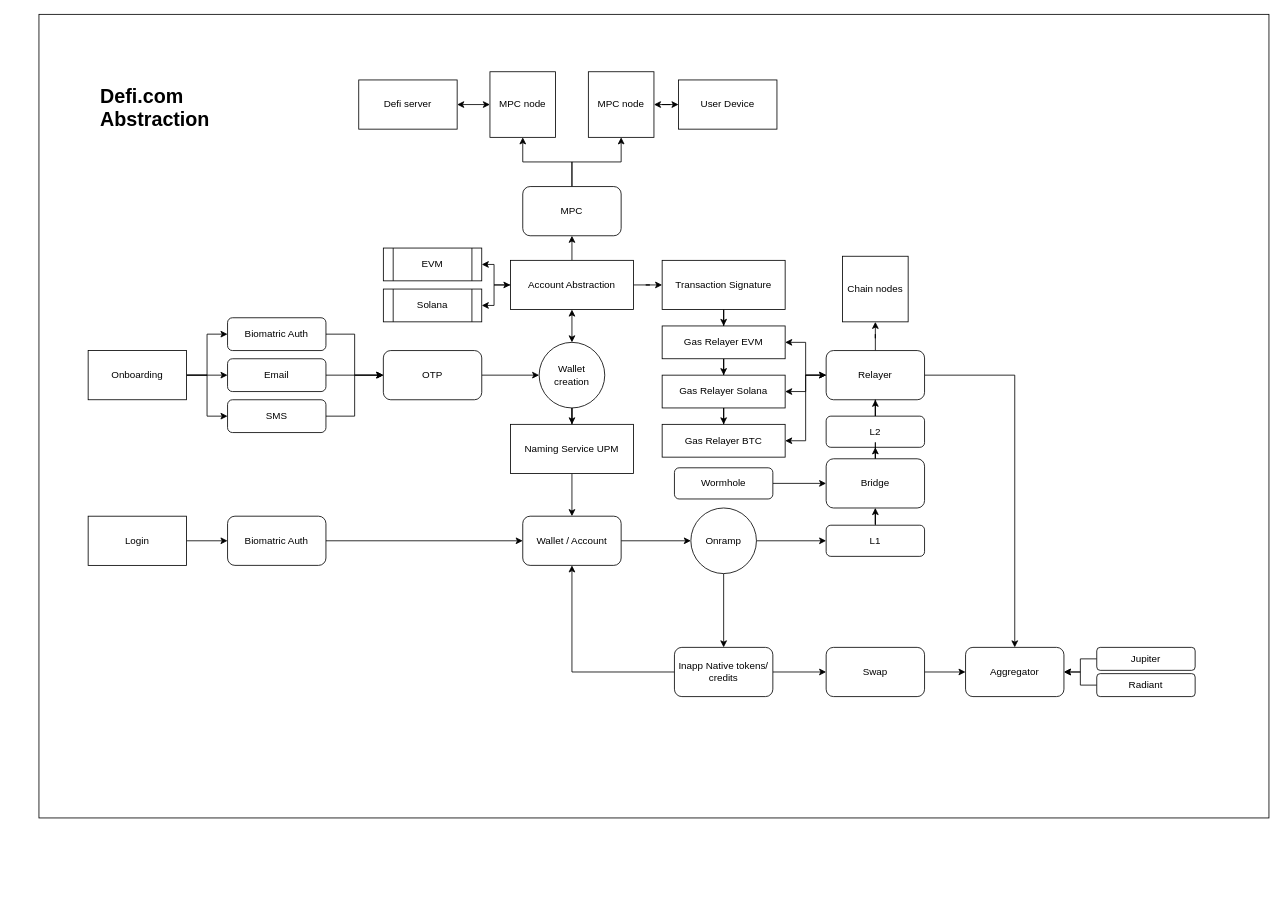
ali-05-ahmed/Concept-Diagrams keeps this draw.io diagram as PasswordlessWalletDefi.com.drawio. Above is the earlier version. Source tidied: cells renumbered, new cells numbered last; positions are measured from the earlier drawing's top-left corner, leaving out a move shared by most shapes. Both pictures are drawn from the tidied source at 82%, with x=0, y=0 at pixel (39, 14).
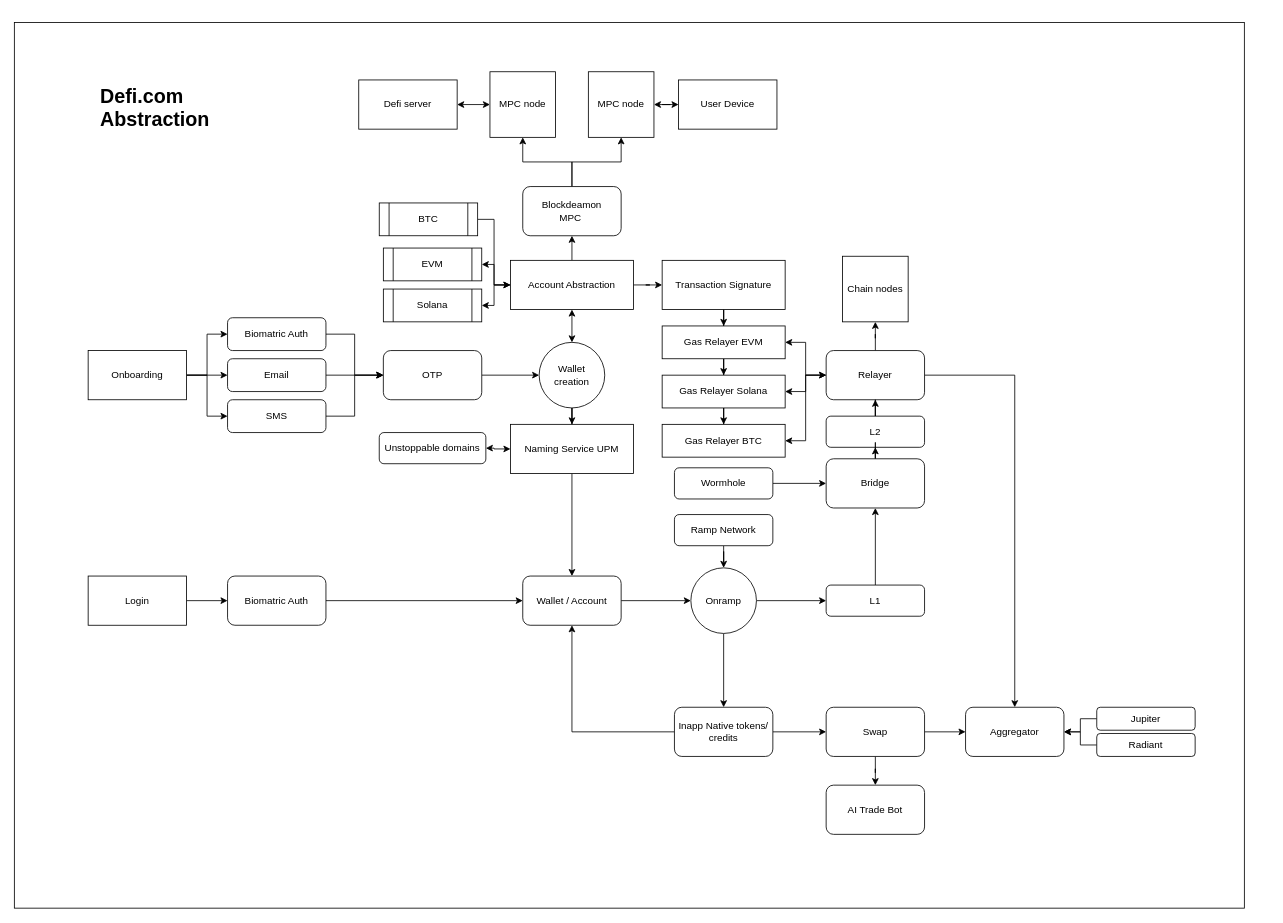
Above is the later version.

The change refers to these unchanged cells:
```xml
<mxCell id="32" value="Naming Service UPM" style="rounded=0;whiteSpace=wrap;html=1;" parent="1" vertex="1">
  <mxGeometry x="575" y="500" width="150" height="60" as="geometry" />
</mxCell>
<mxCell id="37" value="Account Abstraction" style="rounded=0;whiteSpace=wrap;html=1;" parent="1" vertex="1">
  <mxGeometry x="575" y="300" width="150" height="60" as="geometry" />
</mxCell>
<mxCell id="66" value="Bridge" style="rounded=1;whiteSpace=wrap;html=1;" parent="1" vertex="1">
  <mxGeometry x="960" y="542" width="120" height="60" as="geometry" />
</mxCell>
```

The edit, as a diff of the source:
```diff
@@
     <mxCell id="2" style="rounded=0;whiteSpace=wrap;html=1;" parent="1" vertex="1">
-      <mxGeometry width="1500" height="980" as="geometry" />
+      <mxGeometry x="-30" y="10" width="1500" height="1080" as="geometry" />
     </mxCell>
@@
-    <mxCell id="18" value="MPC" style="rounded=1;whiteSpace=wrap;html=1;" parent="1" vertex="1">
+    <mxCell id="18" value="Blockdeamon&lt;br&gt;MPC&amp;nbsp;" style="rounded=1;whiteSpace=wrap;html=1;" parent="1" vertex="1">
       <mxGeometry x="590" y="210" width="120" height="60" as="geometry" />
     </mxCell>
@@
     <mxCell id="26" value="Login" style="rounded=0;whiteSpace=wrap;html=1;" parent="1" vertex="1">
-      <mxGeometry x="60" y="612" width="120" height="60" as="geometry" />
+      <mxGeometry x="60" y="685" width="120" height="60" as="geometry" />
     </mxCell>
@@
     <mxCell id="28" value="Biomatric Auth" style="rounded=1;whiteSpace=wrap;html=1;" parent="1" vertex="1">
-      <mxGeometry x="230" y="612" width="120" height="60" as="geometry" />
+      <mxGeometry x="230" y="685" width="120" height="60" as="geometry" />
     </mxCell>
@@
     <mxCell id="30" value="Wallet / Account" style="rounded=1;whiteSpace=wrap;html=1;" parent="1" vertex="1">
-      <mxGeometry x="590" y="612" width="120" height="60" as="geometry" />
+      <mxGeometry x="590" y="685" width="120" height="60" as="geometry" />
     </mxCell>
@@
+    <mxCell id="78" style="edgeStyle=orthogonalEdgeStyle;rounded=0;jettySize=auto;html=1;startArrow=classic;startFill=1;" parent="1" edge="1" source="32" target="82">
+      <mxGeometry relative="1" as="geometry" />
+    </mxCell>
@@
     <mxCell id="50" value="Onramp" style="ellipse;whiteSpace=wrap;html=1;rounded=1;" parent="1" vertex="1">
-      <mxGeometry x="795" y="602" width="80" height="80" as="geometry" />
+      <mxGeometry x="795" y="675" width="80" height="80" as="geometry" />
     </mxCell>
@@
     <mxCell id="53" value="Inapp Native tokens/ credits" style="rounded=1;whiteSpace=wrap;html=1;" parent="1" vertex="1">
-      <mxGeometry x="775" y="772" width="120" height="60" as="geometry" />
+      <mxGeometry x="775" y="845" width="120" height="60" as="geometry" />
     </mxCell>
@@
-    <mxCell id="61" style="edgeStyle=orthogonalEdgeStyle;rounded=0;jettySize=auto;html=1;" parent="1" edge="1" source="62" target="66">
+    <mxCell id="61" style="edgeStyle=orthogonalEdgeStyle;rounded=0;jettySize=auto;html=1;entryX=0.5;entryY=1;entryDx=0;entryDy=0;" parent="1" edge="1" source="62" target="66">
       <mxGeometry relative="1" as="geometry" />
     </mxCell>
     <mxCell id="62" value="L1" style="whiteSpace=wrap;html=1;rounded=1;" parent="1" vertex="1">
-      <mxGeometry x="960" y="623" width="120" height="38" as="geometry" />
+      <mxGeometry x="960" y="696" width="120" height="38" as="geometry" />
     </mxCell>
@@
+    <mxCell id="79" style="edgeStyle=orthogonalEdgeStyle;rounded=0;jettySize=auto;html=1;" parent="1" edge="1" source="68" target="85">
+      <mxGeometry relative="1" as="geometry" />
+    </mxCell>
     <mxCell id="68" value="Swap" style="rounded=1;whiteSpace=wrap;html=1;" parent="1" vertex="1">
-      <mxGeometry x="960" y="772" width="120" height="60" as="geometry" />
+      <mxGeometry x="960" y="845" width="120" height="60" as="geometry" />
     </mxCell>
     <mxCell id="69" value="Aggregator" style="rounded=1;whiteSpace=wrap;html=1;" parent="1" vertex="1">
-      <mxGeometry x="1130" y="772" width="120" height="60" as="geometry" />
+      <mxGeometry x="1130" y="845" width="120" height="60" as="geometry" />
     </mxCell>
@@
     <mxCell id="71" value="Jupiter" style="whiteSpace=wrap;html=1;rounded=1;" parent="1" vertex="1">
-      <mxGeometry x="1290" y="772" width="120" height="28" as="geometry" />
+      <mxGeometry x="1290" y="845" width="120" height="28" as="geometry" />
     </mxCell>
@@
     <mxCell id="73" value="Radiant" style="whiteSpace=wrap;html=1;rounded=1;" parent="1" vertex="1">
-      <mxGeometry x="1290" y="804" width="120" height="28" as="geometry" />
+      <mxGeometry x="1290" y="877" width="120" height="28" as="geometry" />
     </mxCell>
@@
+    <mxCell id="80" style="edgeStyle=orthogonalEdgeStyle;rounded=0;jettySize=auto;html=1;entryX=0;entryY=0.5;entryDx=0;entryDy=0;" parent="1" edge="1" source="81" target="37">
+      <mxGeometry relative="1" as="geometry" />
+    </mxCell>
+    <mxCell id="81" value="BTC" style="shape=process;whiteSpace=wrap;html=1;backgroundOutline=1;" parent="1" vertex="1">
+      <mxGeometry x="415" y="230" width="120" height="40" as="geometry" />
+    </mxCell>
+    <mxCell id="82" value="Unstoppable domains" style="whiteSpace=wrap;html=1;rounded=1;" parent="1" vertex="1">
+      <mxGeometry x="415" y="510" width="130" height="38" as="geometry" />
+    </mxCell>
+    <mxCell id="83" style="edgeStyle=orthogonalEdgeStyle;rounded=0;jettySize=auto;html=1;" parent="1" edge="1" source="84" target="50">
+      <mxGeometry relative="1" as="geometry" />
+    </mxCell>
+    <mxCell id="84" value="Ramp Network" style="whiteSpace=wrap;html=1;rounded=1;" parent="1" vertex="1">
+      <mxGeometry x="775" y="610" width="120" height="38" as="geometry" />
+    </mxCell>
+    <mxCell id="85" value="AI Trade Bot" style="rounded=1;whiteSpace=wrap;html=1;" parent="1" vertex="1">
+      <mxGeometry x="960" y="940" width="120" height="60" as="geometry" />
+    </mxCell>
```
